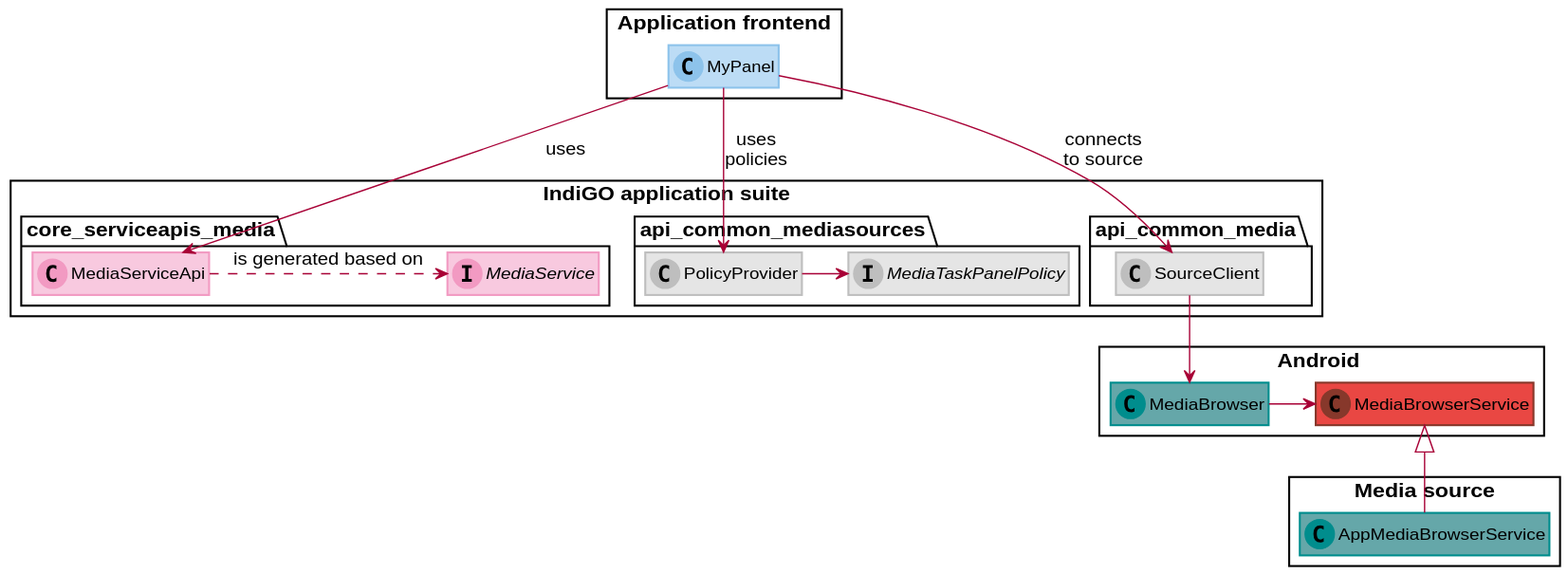
This is docs/portal/src/documentation/development/platform-domains/images/media_domain-detailed-overview.svg from IngoHaumann-TomTom/tomtom-digital-cockpit-sdk-examples, a PlantUML export, as it was before one commit.
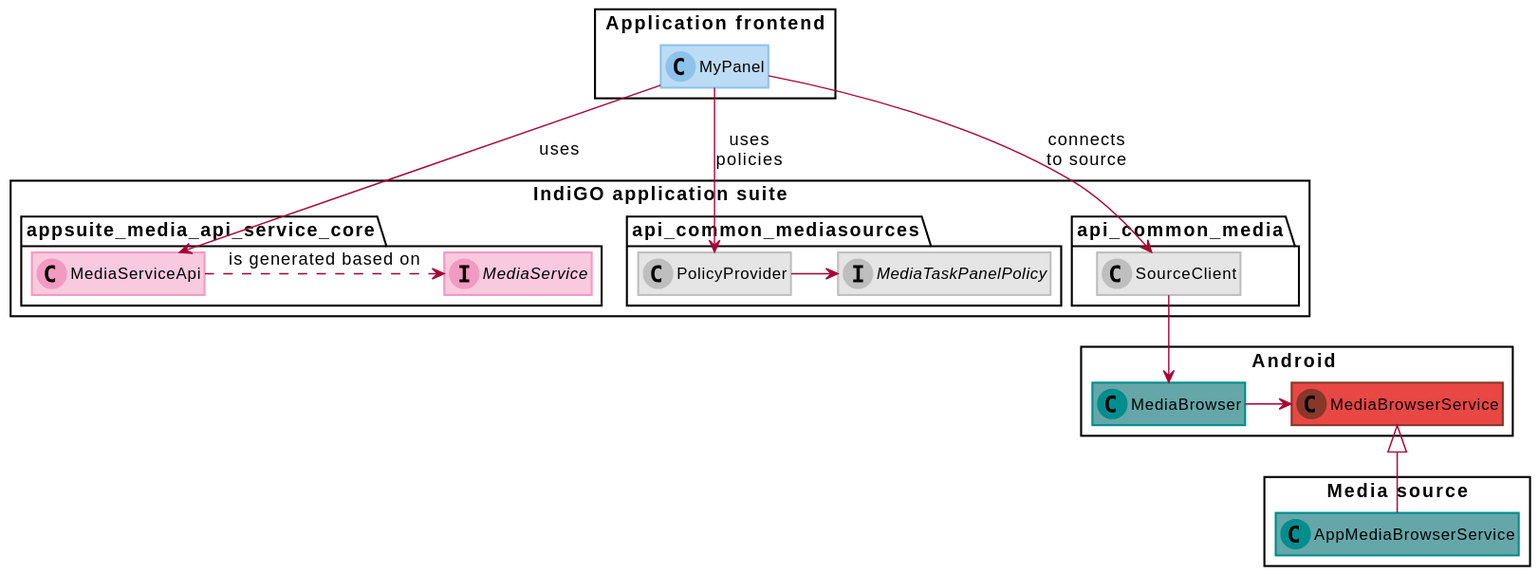
The same diagram one commit later.

Commit message:
Merged PR 18164: IVI-4466: Intake moving media service module.

Change to the diagram source:
```diff
@@ -6,7 +6,7 @@
 }
 
 package "IndiGO application suite"<<Rectangle>> {
-    package "core_serviceapis_media" {
+    package "appsuite_media_api_service_core" {
         interface MediaService<<Service>>
         class MediaServiceApi<<Service>>
 
```
